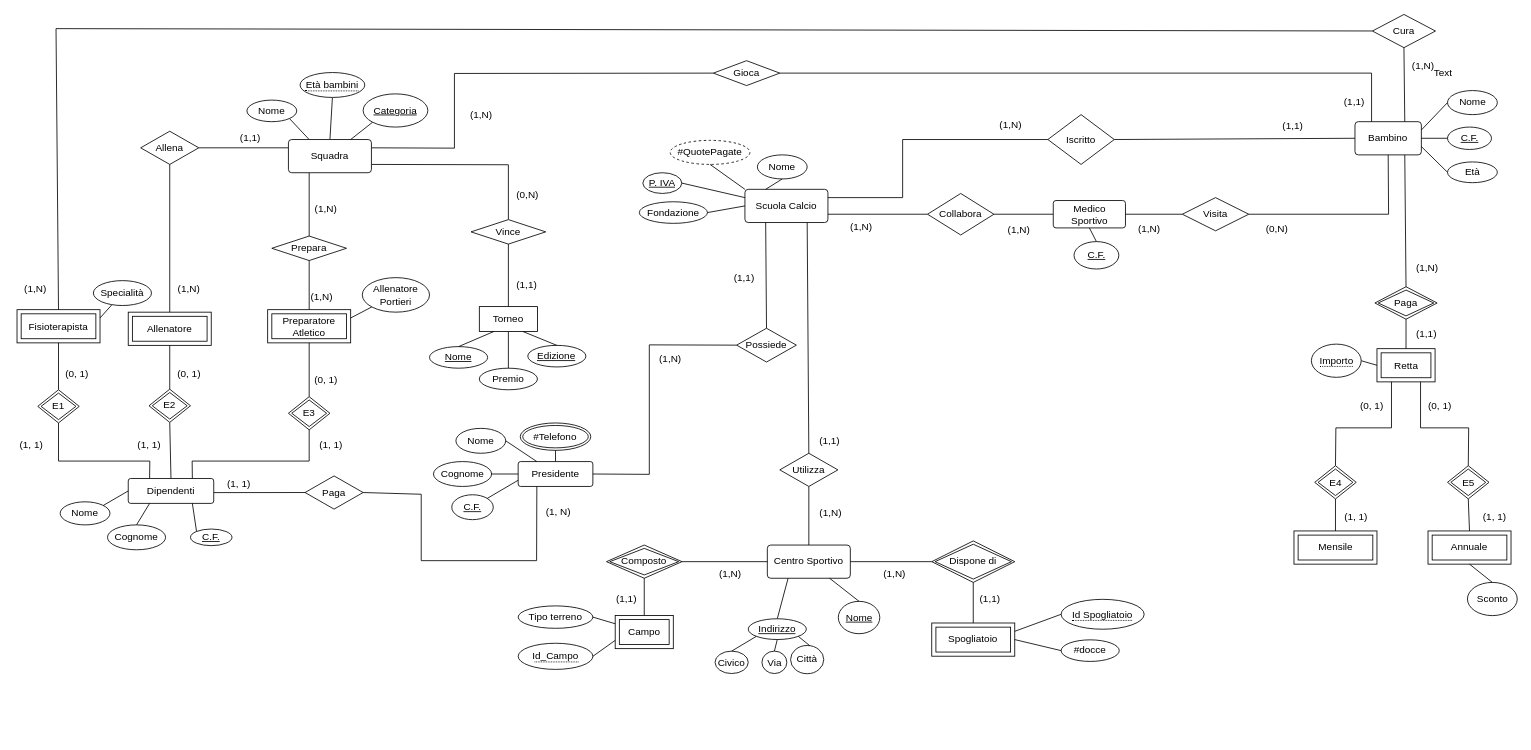
Earlier version of the draw.io diagram modelli/EER-RISTRUTTURATO.drawio (YantCaccia/Progetto-Basi-di-Dati). Source tidied: cells renumbered, new cells numbered last; positions are measured from the earlier drawing's top-left corner, leaving out a move shared by most shapes. Both pictures are drawn from the tidied source at 83%, with x=0, y=0 at pixel (14, 14).
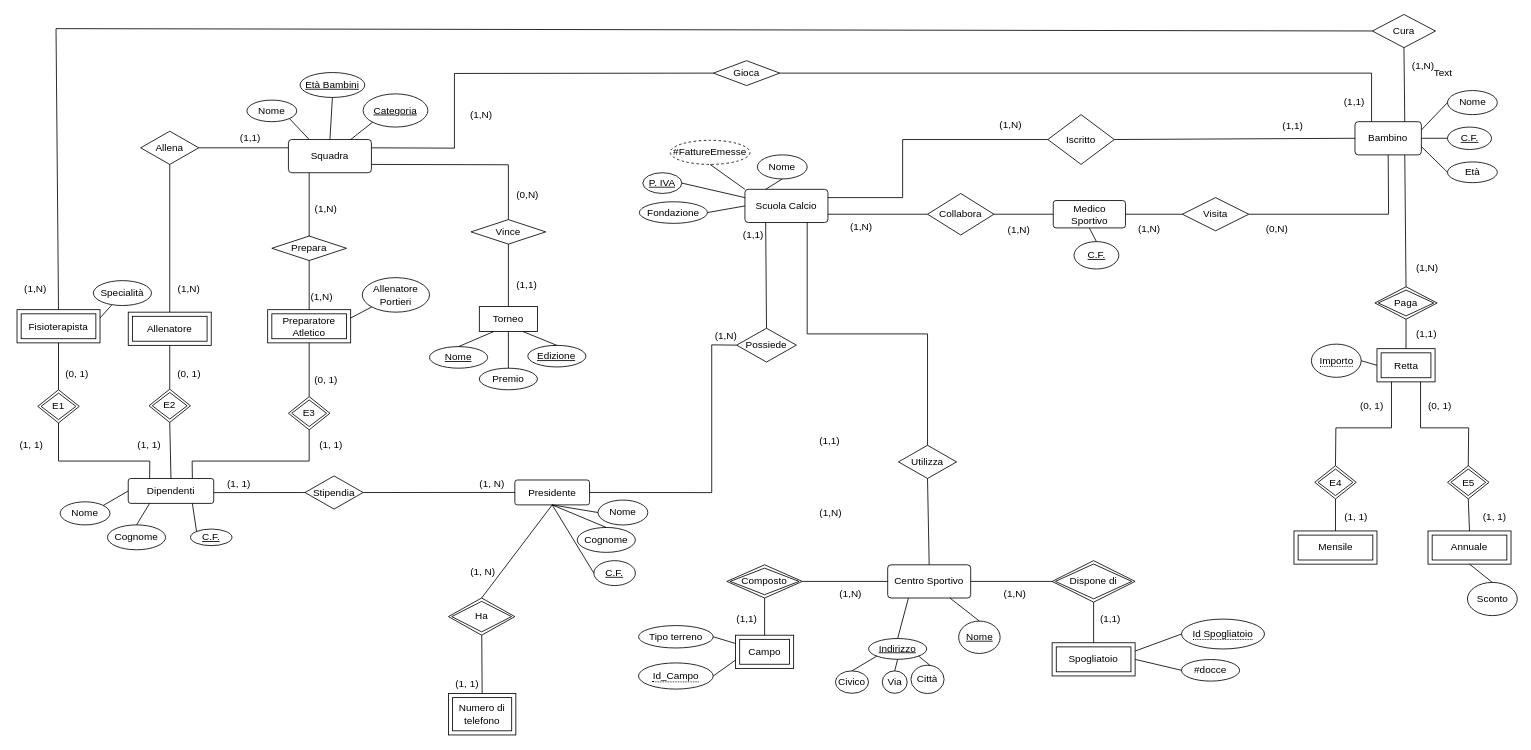
The same diagram, later.

Unchanged cells that the change refers to:
```xml
<mxCell id="2" value="Scuola Calcio" style="rounded=1;arcSize=10;whiteSpace=wrap;html=1;align=center;" parent="1" vertex="1">
  <mxGeometry x="880" y="210.6" width="100" height="40" as="geometry" />
</mxCell>
<mxCell id="57" value="Possiede" style="shape=rhombus;perimeter=rhombusPerimeter;whiteSpace=wrap;html=1;align=center;" parent="1" vertex="1">
  <mxGeometry x="870" y="378" width="72" height="40.7" as="geometry" />
</mxCell>
```

Change to the diagram source:
```diff
@@
     <mxCell id="17" value="Utilizza" style="shape=rhombus;perimeter=rhombusPerimeter;whiteSpace=wrap;html=1;align=center;" parent="1" vertex="1">
-      <mxGeometry x="922" y="528.6" width="70" height="40" as="geometry" />
+      <mxGeometry x="1065" y="519" width="70" height="40" as="geometry" />
     </mxCell>
-    <mxCell id="18" style="endArrow=none;html=1;rounded=0;entryX=0.5;entryY=0;entryDx=0;entryDy=0;exitX=0.75;exitY=1;exitDx=0;exitDy=0;" parent="1" edge="1" source="2" target="17">
+    <mxCell id="18" style="endArrow=none;html=1;rounded=0;entryX=0.5;entryY=0;entryDx=0;entryDy=0;exitX=0.75;exitY=1;exitDx=0;exitDy=0;edgeStyle=orthogonalEdgeStyle;" parent="1" edge="1" source="2" target="17">
       <mxGeometry relative="1" as="geometry" />
     </mxCell>
     <mxCell id="19" value="Centro Sportivo" style="rounded=1;arcSize=10;whiteSpace=wrap;html=1;align=center;" parent="1" vertex="1">
-      <mxGeometry x="907" y="639.2" width="100" height="40" as="geometry" />
+      <mxGeometry x="1052" y="663" width="100" height="40" as="geometry" />
     </mxCell>
     <mxCell id="20" value="Dispone di" style="shape=rhombus;double=1;perimeter=rhombusPerimeter;whiteSpace=wrap;html=1;align=center;" parent="1" vertex="1">
-      <mxGeometry x="1105.1" y="634.2" width="100" height="50" as="geometry" />
+      <mxGeometry x="1250.1" y="658" width="100" height="50" as="geometry" />
     </mxCell>
     <mxCell id="21" value="Spogliatoio" style="shape=ext;margin=3;double=1;whiteSpace=wrap;html=1;align=center;" parent="1" vertex="1">
-      <mxGeometry x="1105.1" y="733.1" width="100" height="40" as="geometry" />
+      <mxGeometry x="1250.1" y="756.9" width="100" height="40" as="geometry" />
     </mxCell>
     <mxCell id="22" value="#docce" style="ellipse;whiteSpace=wrap;html=1;align=center;" parent="1" vertex="1">
-      <mxGeometry x="1261" y="753.4" width="70" height="26" as="geometry" />
+      <mxGeometry x="1406" y="777.1" width="70" height="26" as="geometry" />
     </mxCell>
@@
     <mxCell id="27" value="&lt;span style=&quot;border-bottom: 1px dotted&quot;&gt;Id Spogliatoio&lt;br&gt;&lt;/span&gt;" style="ellipse;whiteSpace=wrap;html=1;align=center;" parent="1" vertex="1">
-      <mxGeometry x="1261" y="704.6" width="100" height="36" as="geometry" />
+      <mxGeometry x="1406" y="728.4" width="100" height="36" as="geometry" />
     </mxCell>
@@
     <mxCell id="29" value="&lt;u&gt;Indirizzo&lt;/u&gt;" style="ellipse;whiteSpace=wrap;html=1;align=center;" parent="1" vertex="1">
-      <mxGeometry x="884" y="728" width="70" height="25" as="geometry" />
+      <mxGeometry x="1029" y="751.8" width="70" height="25" as="geometry" />
     </mxCell>
     <mxCell id="30" value="&lt;u&gt;Nome&lt;/u&gt;" style="ellipse;whiteSpace=wrap;html=1;align=center;direction=east;" parent="1" vertex="1">
-      <mxGeometry x="992.5" y="707" width="50" height="39" as="geometry" />
+      <mxGeometry x="1137.5" y="730.8" width="50" height="39" as="geometry" />
     </mxCell>
@@
     <mxCell id="32" style="endArrow=none;html=1;rounded=0;exitX=1;exitY=1;exitDx=0;exitDy=0;entryX=0;entryY=0.5;entryDx=0;entryDy=0;" parent="1" edge="1" source="29">
       <mxGeometry relative="1" as="geometry">
-        <mxPoint x="962.5" y="764" as="targetPoint" />
+        <mxPoint x="1107.5" y="787.8" as="targetPoint" />
       </mxGeometry>
     </mxCell>
     <mxCell id="33" value="Città" style="ellipse;whiteSpace=wrap;html=1;align=center;direction=south;" parent="1" vertex="1">
-      <mxGeometry x="935" y="760.2" width="40" height="34" as="geometry" />
+      <mxGeometry x="1080" y="784" width="40" height="34" as="geometry" />
     </mxCell>
     <mxCell id="34" value="Via" style="ellipse;whiteSpace=wrap;html=1;align=center;" parent="1" vertex="1">
-      <mxGeometry x="900.5" y="767" width="30" height="27" as="geometry" />
+      <mxGeometry x="1045.5" y="790.8" width="30" height="27" as="geometry" />
     </mxCell>
     <mxCell id="35" value="&lt;div&gt;Civico&lt;/div&gt;" style="ellipse;whiteSpace=wrap;html=1;align=center;" parent="1" vertex="1">
-      <mxGeometry x="844" y="767" width="40" height="27" as="geometry" />
+      <mxGeometry x="989" y="790.8" width="40" height="27" as="geometry" />
     </mxCell>
@@
     <mxCell id="38" value="Composto" style="shape=rhombus;double=1;perimeter=rhombusPerimeter;whiteSpace=wrap;html=1;align=center;" parent="1" vertex="1">
-      <mxGeometry x="713.2" y="639.2" width="91" height="40" as="geometry" />
+      <mxGeometry x="858.2" y="663" width="91" height="40" as="geometry" />
     </mxCell>
@@
     <mxCell id="40" value="Campo" style="shape=ext;margin=3;double=1;whiteSpace=wrap;html=1;align=center;" parent="1" vertex="1">
-      <mxGeometry x="723.7" y="724" width="70" height="40" as="geometry" />
+      <mxGeometry x="868.7" y="747.8" width="70" height="40" as="geometry" />
     </mxCell>
@@
     <mxCell id="50" value="&lt;div&gt;Presidente&lt;/div&gt;" style="rounded=1;arcSize=10;whiteSpace=wrap;html=1;align=center;" parent="1" vertex="1">
-      <mxGeometry x="606.8" y="538.6" width="90" height="30" as="geometry" />
+      <mxGeometry x="602.8" y="560.8" width="90" height="30" as="geometry" />
     </mxCell>
     <mxCell id="51" value="Nome" style="ellipse;whiteSpace=wrap;html=1;align=center;" parent="1" vertex="1">
-      <mxGeometry x="531.8" y="498.6" width="60" height="30" as="geometry" />
+      <mxGeometry x="703" y="585" width="60" height="30" as="geometry" />
     </mxCell>
     <mxCell id="52" value="Cognome" style="ellipse;whiteSpace=wrap;html=1;align=center;" parent="1" vertex="1">
-      <mxGeometry x="504.8" y="538.6" width="70" height="30" as="geometry" />
+      <mxGeometry x="678" y="618" width="70" height="30" as="geometry" />
     </mxCell>
     <mxCell id="53" value="C.F." style="ellipse;whiteSpace=wrap;html=1;align=center;fontStyle=4;" parent="1" vertex="1">
-      <mxGeometry x="526.8" y="578.6" width="50" height="30" as="geometry" />
+      <mxGeometry x="698" y="658" width="50" height="30" as="geometry" />
     </mxCell>
-    <mxCell id="54" style="endArrow=none;html=1;rounded=0;exitX=1;exitY=0.5;exitDx=0;exitDy=0;entryX=0.25;entryY=0;entryDx=0;entryDy=0;" parent="1" edge="1" source="51" target="50">
+    <mxCell id="54" style="endArrow=none;html=1;rounded=0;exitX=0;exitY=0.5;exitDx=0;exitDy=0;entryX=0.5;entryY=1;entryDx=0;entryDy=0;" parent="1" edge="1" source="51" target="50">
       <mxGeometry relative="1" as="geometry" />
     </mxCell>
-    <mxCell id="55" style="endArrow=none;html=1;rounded=0;exitX=1;exitY=0.5;exitDx=0;exitDy=0;entryX=0;entryY=0.5;entryDx=0;entryDy=0;" parent="1" edge="1" source="52" target="50">
+    <mxCell id="55" style="endArrow=none;html=1;rounded=0;exitX=0.5;exitY=0;exitDx=0;exitDy=0;entryX=0.5;entryY=1;entryDx=0;entryDy=0;" parent="1" edge="1" source="52" target="50">
       <mxGeometry relative="1" as="geometry" />
     </mxCell>
-    <mxCell id="56" style="endArrow=none;html=1;rounded=0;exitX=1;exitY=0;exitDx=0;exitDy=0;entryX=0;entryY=0.75;entryDx=0;entryDy=0;" parent="1" edge="1" source="53" target="50">
+    <mxCell id="56" style="endArrow=none;html=1;rounded=0;exitX=0;exitY=0.5;exitDx=0;exitDy=0;entryX=0.5;entryY=1;entryDx=0;entryDy=0;" parent="1" edge="1" source="53" target="50">
       <mxGeometry relative="1" as="geometry" />
     </mxCell>
@@
     <mxCell id="69" value="&lt;font style=&quot;font-size: 12px&quot;&gt;(1,1)&lt;/font&gt;" style="text;html=1;align=center;verticalAlign=middle;" parent="1" vertex="1">
-      <mxGeometry x="717" y="694.2" width="40" height="20" as="geometry" />
+      <mxGeometry x="862" y="718" width="40" height="20" as="geometry" />
     </mxCell>
     <mxCell id="70" value="&lt;font style=&quot;font-size: 12px&quot;&gt;(1,N)&lt;/font&gt;" style="text;html=1;align=center;verticalAlign=middle;" parent="1" vertex="1">
-      <mxGeometry x="842" y="664.2" width="40" height="20" as="geometry" />
+      <mxGeometry x="987" y="688" width="40" height="20" as="geometry" />
     </mxCell>
     <mxCell id="71" value="&lt;font style=&quot;font-size: 12px&quot;&gt;(1,N)&lt;/font&gt;" style="text;html=1;align=center;verticalAlign=middle;" parent="1" vertex="1">
-      <mxGeometry x="1039.5" y="664.2" width="40" height="20" as="geometry" />
+      <mxGeometry x="1184.5" y="688" width="40" height="20" as="geometry" />
     </mxCell>
@@
     <mxCell id="73" value="&lt;font style=&quot;font-size: 12px&quot;&gt;(1,1)&lt;/font&gt;" style="text;html=1;align=center;verticalAlign=middle;" parent="1" vertex="1">
-      <mxGeometry x="1155" y="694.2" width="40" height="20" as="geometry" />
+      <mxGeometry x="1300" y="718" width="40" height="20" as="geometry" />
     </mxCell>
@@
     <mxCell id="89" value="(1,N)" style="text;html=1;" parent="1" vertex="1">
-      <mxGeometry x="774.8" y="401.4" width="38" height="30" as="geometry" />
+      <mxGeometry x="841.8" y="372.6" width="38" height="30" as="geometry" />
     </mxCell>
     <mxCell id="90" value="(1,1)" style="text;html=1;rotation=0;direction=south;" parent="1" vertex="1">
-      <mxGeometry x="865" y="302.8" width="30" height="24.8" as="geometry" />
+      <mxGeometry x="875.9" y="251.9" width="30" height="24.8" as="geometry" />
     </mxCell>
@@
-    <mxCell id="107" value="#Telefono" style="ellipse;shape=doubleEllipse;margin=3;whiteSpace=wrap;html=1;align=center;" parent="1" vertex="1">
-      <mxGeometry x="609.3" y="492.1" width="85" height="33" as="geometry" />
-    </mxCell>
-    <mxCell id="108" style="endArrow=none;html=1;rounded=0;exitX=0.5;exitY=0;exitDx=0;exitDy=0;entryX=0.5;entryY=1;entryDx=0;entryDy=0;" parent="1" edge="1" source="50" target="107">
+    <mxCell id="108" style="endArrow=none;html=1;rounded=0;entryX=0.5;entryY=0;entryDx=0;entryDy=0;exitX=0.5;exitY=1;exitDx=0;exitDy=0;" parent="1" edge="1" source="50" target="183">
       <mxGeometry relative="1" as="geometry" />
     </mxCell>
@@
-    <mxCell id="117" value="#QuotePagate" style="ellipse;whiteSpace=wrap;html=1;align=center;dashed=1;" parent="1" vertex="1">
+    <mxCell id="117" value="#FattureEmesse" style="ellipse;whiteSpace=wrap;html=1;align=center;dashed=1;" parent="1" vertex="1">
       <mxGeometry x="790" y="151.6" width="96" height="29" as="geometry" />
     </mxCell>
-    <mxCell id="118" value="&lt;span style=&quot;border-bottom: 1px dotted&quot;&gt;Età bambini&lt;/span&gt;" style="ellipse;whiteSpace=wrap;html=1;align=center;" parent="1" vertex="1">
+    <mxCell id="118" value="Età Bambini" style="ellipse;whiteSpace=wrap;html=1;align=center;fontStyle=4;" parent="1" vertex="1">
       <mxGeometry x="344" y="69.9" width="78" height="30" as="geometry" />
     </mxCell>
     <mxCell id="119" value="Tipo terreno" style="ellipse;whiteSpace=wrap;html=1;align=center;" parent="1" vertex="1">
-      <mxGeometry x="606.8" y="712.5" width="90" height="27" as="geometry" />
+      <mxGeometry x="751.8" y="736.2" width="90" height="27" as="geometry" />
     </mxCell>
@@
     <mxCell id="121" value="&lt;span style=&quot;border-bottom: 1px dotted&quot;&gt;Id_Campo&lt;/span&gt;" style="ellipse;whiteSpace=wrap;html=1;align=center;" parent="1" vertex="1">
-      <mxGeometry x="606.8" y="757.5" width="90" height="31.5" as="geometry" />
+      <mxGeometry x="751.8" y="781.2" width="90" height="31.5" as="geometry" />
     </mxCell>
@@
     <mxCell id="136" style="endArrow=none;html=1;rounded=0;exitX=0;exitY=0.5;exitDx=0;exitDy=0;entryX=1;entryY=0.5;entryDx=0;entryDy=0;" parent="1" edge="1" source="57" target="50">
       <mxGeometry relative="1" as="geometry">
         <Array as="points">
-          <mxPoint x="764.8" y="398" />
-          <mxPoint x="764.8" y="554" />
+          <mxPoint x="840" y="398" />
+          <mxPoint x="840" y="576" />
         </Array>
       </mxGeometry>
     </mxCell>
@@
-    <mxCell id="174" value="Paga" style="shape=rhombus;perimeter=rhombusPerimeter;whiteSpace=wrap;html=1;align=center;" parent="1" vertex="1">
+    <mxCell id="174" value="Stipendia" style="shape=rhombus;perimeter=rhombusPerimeter;whiteSpace=wrap;html=1;align=center;" parent="1" vertex="1">
       <mxGeometry x="350" y="555.9" width="70" height="40" as="geometry" />
     </mxCell>
@@
     <mxCell id="176" value="(1, N)" style="text;html=1;align=center;verticalAlign=middle;" parent="1" vertex="1">
-      <mxGeometry x="630" y="589" width="50" height="20" as="geometry" />
+      <mxGeometry x="550" y="555.9" width="50" height="20" as="geometry" />
     </mxCell>
-    <mxCell id="177" style="endArrow=none;html=1;rounded=0;exitX=1;exitY=0.5;exitDx=0;exitDy=0;entryX=0.25;entryY=1;entryDx=0;entryDy=0;" parent="1" edge="1" source="174" target="50">
-      <mxGeometry relative="1" as="geometry">
-        <Array as="points">
-          <mxPoint x="490" y="578" />
-          <mxPoint x="490" y="658" />
-          <mxPoint x="629" y="658" />
-        </Array>
-      </mxGeometry>
+    <mxCell id="177" style="endArrow=none;html=1;rounded=0;exitX=1;exitY=0.5;exitDx=0;exitDy=0;entryX=0;entryY=0.5;entryDx=0;entryDy=0;" parent="1" edge="1" source="174" target="50">
+      <mxGeometry relative="1" as="geometry" />
     </mxCell>
@@
+    <mxCell id="182" style="edgeStyle=none;rounded=0;jettySize=auto;html=1;entryX=0.5;entryY=0;entryDx=0;entryDy=0;strokeColor=#000000;endArrow=none;endFill=0;" parent="1" edge="1" source="183" target="184">
+      <mxGeometry relative="1" as="geometry" />
+    </mxCell>
+    <mxCell id="183" value="Ha" style="rhombus;whiteSpace=wrap;html=1;strokeColor=#000000;double=1;" parent="1" vertex="1">
+      <mxGeometry x="522.8" y="703" width="80" height="44.8" as="geometry" />
+    </mxCell>
+    <mxCell id="184" value="Numero di telefono" style="shape=ext;margin=3;double=1;whiteSpace=wrap;html=1;align=center;" parent="1" vertex="1">
+      <mxGeometry x="522.8" y="818" width="81.2" height="50" as="geometry" />
+    </mxCell>
+    <mxCell id="185" value="(1, N)" style="text;html=1;align=center;verticalAlign=middle;" parent="1" vertex="1">
+      <mxGeometry x="539.4" y="662.2" width="50" height="20" as="geometry" />
+    </mxCell>
+    <mxCell id="186" value="(1, 1)" style="text;html=1;align=center;verticalAlign=middle;" parent="1" vertex="1">
+      <mxGeometry x="525" y="797" width="40" height="20" as="geometry" />
+    </mxCell>
```
